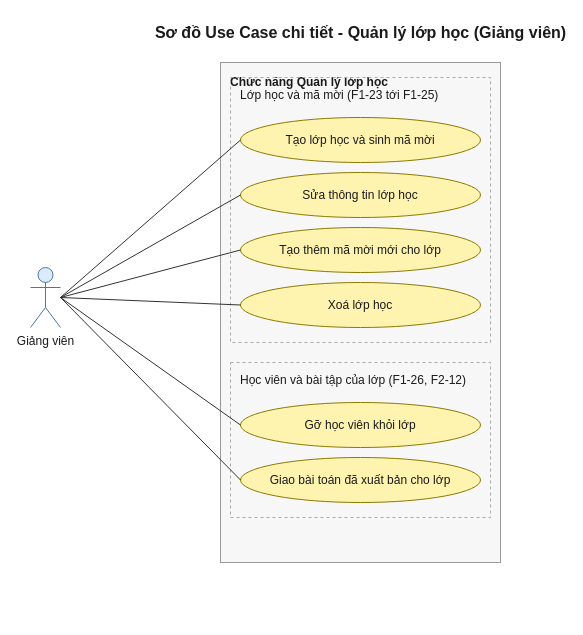
Above: 08-diagram/usecase/gv/usecase_gv_quan_ly_lop_hoc.drawio in daiphu1801/PRJ_ALGOPREP (draw.io), before the change. Source tidied: cells renumbered, new cells numbered last; positions are measured from the earlier drawing's top-left corner, leaving out a move shared by most shapes. Both pictures are drawn from the tidied source at 100%, with x=0, y=0 at pixel (30, 17).
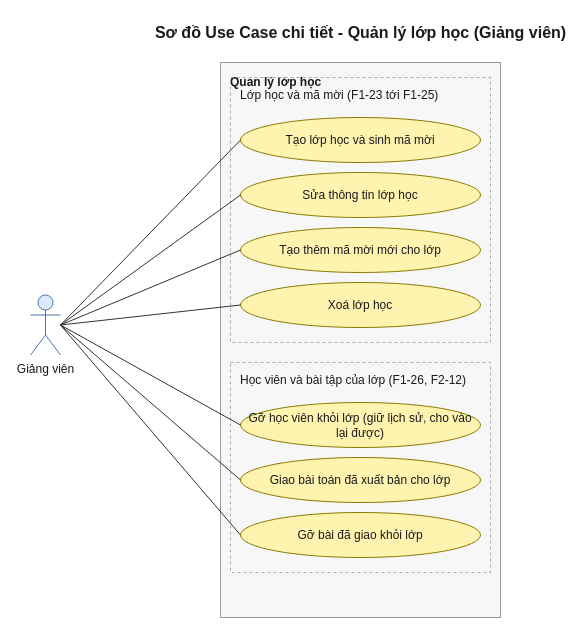
After the change.

Unchanged cells that the change refers to:
```xml
<mxCell id="5" value="Tạo lớp học và sinh mã mời" style="ellipse;whiteSpace=wrap;html=1;fillColor=#FFF3B0;strokeColor=#8C7B00;fontColor=#1A1A1A;" parent="1" vertex="1">
  <mxGeometry x="210" y="100" width="240" height="45" as="geometry" />
</mxCell>
<mxCell id="6" value="Sửa thông tin lớp học" style="ellipse;whiteSpace=wrap;html=1;fillColor=#FFF3B0;strokeColor=#8C7B00;fontColor=#1A1A1A;" parent="1" vertex="1">
  <mxGeometry x="210" y="155" width="240" height="45" as="geometry" />
</mxCell>
<mxCell id="7" value="Tạo thêm mã mời mới cho lớp" style="ellipse;whiteSpace=wrap;html=1;fillColor=#FFF3B0;strokeColor=#8C7B00;fontColor=#1A1A1A;" parent="1" vertex="1">
  <mxGeometry x="210" y="210" width="240" height="45" as="geometry" />
</mxCell>
<mxCell id="8" value="Xoá lớp học" style="ellipse;whiteSpace=wrap;html=1;fillColor=#FFF3B0;strokeColor=#8C7B00;fontColor=#1A1A1A;" parent="1" vertex="1">
  <mxGeometry x="210" y="265" width="240" height="45" as="geometry" />
</mxCell>
<mxCell id="11" value="Giao bài toán đã xuất bản cho lớp" style="ellipse;whiteSpace=wrap;html=1;fillColor=#FFF3B0;strokeColor=#8C7B00;fontColor=#1A1A1A;" parent="1" vertex="1">
  <mxGeometry x="210" y="440" width="240" height="45" as="geometry" />
</mxCell>
```

Diff of the diagram source:
```diff
@@
-    <mxCell id="2" value="Chức năng Quản lý lớp học" style="rounded=0;whiteSpace=wrap;html=1;fillColor=#F7F7F7;strokeColor=#999999;verticalAlign=top;align=left;spacingLeft=8;spacingTop=6;fontColor=#1A1A1A;fontStyle=1;" parent="1" vertex="1">
-      <mxGeometry x="190" y="45" width="280" height="500" as="geometry" />
+    <mxCell id="2" value="Quản lý lớp học" style="rounded=0;whiteSpace=wrap;html=1;fillColor=#F7F7F7;strokeColor=#999999;verticalAlign=top;align=left;spacingLeft=8;spacingTop=6;fontColor=#1A1A1A;fontStyle=1;" parent="1" vertex="1">
+      <mxGeometry x="190" y="45" width="280" height="555" as="geometry" />
     </mxCell>
@@
     <mxCell id="9" value="Học viên và bài tập của lớp (F1-26, F2-12)" style="rounded=0;dashed=1;whiteSpace=wrap;html=1;fillColor=none;strokeColor=#AAAAAA;verticalAlign=top;align=left;spacingLeft=8;spacingTop=4;fontColor=#1A1A1A;" parent="1" vertex="1">
-      <mxGeometry x="200" y="345" width="260" height="155" as="geometry" />
+      <mxGeometry x="200" y="345" width="260" height="210" as="geometry" />
     </mxCell>
-    <mxCell id="10" value="Gỡ học viên khỏi lớp" style="ellipse;whiteSpace=wrap;html=1;fillColor=#FFF3B0;strokeColor=#8C7B00;fontColor=#1A1A1A;" parent="1" vertex="1">
+    <mxCell id="10" value="Gỡ học viên khỏi lớp (giữ lịch sử, cho vào lại được)" style="ellipse;whiteSpace=wrap;html=1;fillColor=#FFF3B0;strokeColor=#8C7B00;fontColor=#1A1A1A;" parent="1" vertex="1">
       <mxGeometry x="210" y="385" width="240" height="45" as="geometry" />
     </mxCell>
@@
-    <mxCell id="12" value="Giảng viên" style="shape=umlActor;verticalLabelPosition=bottom;verticalAlign=top;html=1;outlineConnect=0;fillColor=#DCEBFC;strokeColor=#4A76A8;fontColor=#1A1A1A;" parent="1" vertex="1">
-      <mxGeometry y="250" width="30" height="60" as="geometry" />
+    <mxCell id="12" value="Gỡ bài đã giao khỏi lớp" style="ellipse;whiteSpace=wrap;html=1;fillColor=#FFF3B0;strokeColor=#8C7B00;fontColor=#1A1A1A;" parent="1" vertex="1">
+      <mxGeometry x="210" y="495" width="240" height="45" as="geometry" />
     </mxCell>
-    <mxCell id="13" style="edgeStyle=none;html=1;endArrow=none;startArrow=none;strokeColor=#333333;exitX=1;exitY=0.5;exitDx=0;exitDy=0;entryX=0;entryY=0.5;entryDx=0;entryDy=0;" parent="1" edge="1" source="12" target="5">
-      <mxGeometry relative="1" as="geometry" />
-    </mxCell>
+    <mxCell id="19" value="Giảng viên" style="shape=umlActor;verticalLabelPosition=bottom;verticalAlign=top;html=1;outlineConnect=0;fillColor=#DCEBFC;strokeColor=#4A76A8;fontColor=#1A1A1A;" parent="1" vertex="1">
+      <mxGeometry y="277.5" width="30" height="60" as="geometry" />
+    </mxCell>
-    <mxCell id="14" style="edgeStyle=none;html=1;endArrow=none;startArrow=none;strokeColor=#333333;exitX=1;exitY=0.5;exitDx=0;exitDy=0;entryX=0;entryY=0.5;entryDx=0;entryDy=0;" parent="1" edge="1" source="12" target="6">
+    <mxCell id="14" style="edgeStyle=none;html=1;endArrow=none;startArrow=none;strokeColor=#333333;exitX=1;exitY=0.5;exitDx=0;exitDy=0;entryX=0;entryY=0.5;entryDx=0;entryDy=0;" parent="1" edge="1" source="19" target="5">
       <mxGeometry relative="1" as="geometry" />
     </mxCell>
-    <mxCell id="15" style="edgeStyle=none;html=1;endArrow=none;startArrow=none;strokeColor=#333333;exitX=1;exitY=0.5;exitDx=0;exitDy=0;entryX=0;entryY=0.5;entryDx=0;entryDy=0;" parent="1" edge="1" source="12" target="7">
+    <mxCell id="15" style="edgeStyle=none;html=1;endArrow=none;startArrow=none;strokeColor=#333333;exitX=1;exitY=0.5;exitDx=0;exitDy=0;entryX=0;entryY=0.5;entryDx=0;entryDy=0;" parent="1" edge="1" source="19" target="6">
       <mxGeometry relative="1" as="geometry" />
     </mxCell>
-    <mxCell id="16" style="edgeStyle=none;html=1;endArrow=none;startArrow=none;strokeColor=#333333;exitX=1;exitY=0.5;exitDx=0;exitDy=0;entryX=0;entryY=0.5;entryDx=0;entryDy=0;" parent="1" edge="1" source="12" target="8">
+    <mxCell id="16" style="edgeStyle=none;html=1;endArrow=none;startArrow=none;strokeColor=#333333;exitX=1;exitY=0.5;exitDx=0;exitDy=0;entryX=0;entryY=0.5;entryDx=0;entryDy=0;" parent="1" edge="1" source="19" target="7">
       <mxGeometry relative="1" as="geometry" />
     </mxCell>
-    <mxCell id="17" style="edgeStyle=none;html=1;endArrow=none;startArrow=none;strokeColor=#333333;exitX=1;exitY=0.5;exitDx=0;exitDy=0;entryX=0;entryY=0.5;entryDx=0;entryDy=0;" parent="1" edge="1" source="12" target="10">
+    <mxCell id="17" style="edgeStyle=none;html=1;endArrow=none;startArrow=none;strokeColor=#333333;exitX=1;exitY=0.5;exitDx=0;exitDy=0;entryX=0;entryY=0.5;entryDx=0;entryDy=0;" parent="1" edge="1" source="19" target="8">
       <mxGeometry relative="1" as="geometry" />
     </mxCell>
-    <mxCell id="18" style="edgeStyle=none;html=1;endArrow=none;startArrow=none;strokeColor=#333333;exitX=1;exitY=0.5;exitDx=0;exitDy=0;entryX=0;entryY=0.5;entryDx=0;entryDy=0;" parent="1" edge="1" source="12" target="11">
+    <mxCell id="18" style="edgeStyle=none;html=1;endArrow=none;startArrow=none;strokeColor=#333333;exitX=1;exitY=0.5;exitDx=0;exitDy=0;entryX=0;entryY=0.5;entryDx=0;entryDy=0;" parent="1" edge="1" source="19" target="10">
       <mxGeometry relative="1" as="geometry" />
     </mxCell>
+    <mxCell id="20" style="edgeStyle=none;html=1;endArrow=none;startArrow=none;strokeColor=#333333;exitX=1;exitY=0.5;exitDx=0;exitDy=0;entryX=0;entryY=0.5;entryDx=0;entryDy=0;" parent="1" edge="1" source="19" target="11">
+      <mxGeometry relative="1" as="geometry" />
+    </mxCell>
+    <mxCell id="21" style="edgeStyle=none;html=1;endArrow=none;startArrow=none;strokeColor=#333333;exitX=1;exitY=0.5;exitDx=0;exitDy=0;entryX=0;entryY=0.5;entryDx=0;entryDy=0;" parent="1" edge="1" source="19" target="12">
+      <mxGeometry relative="1" as="geometry" />
+    </mxCell>
```
